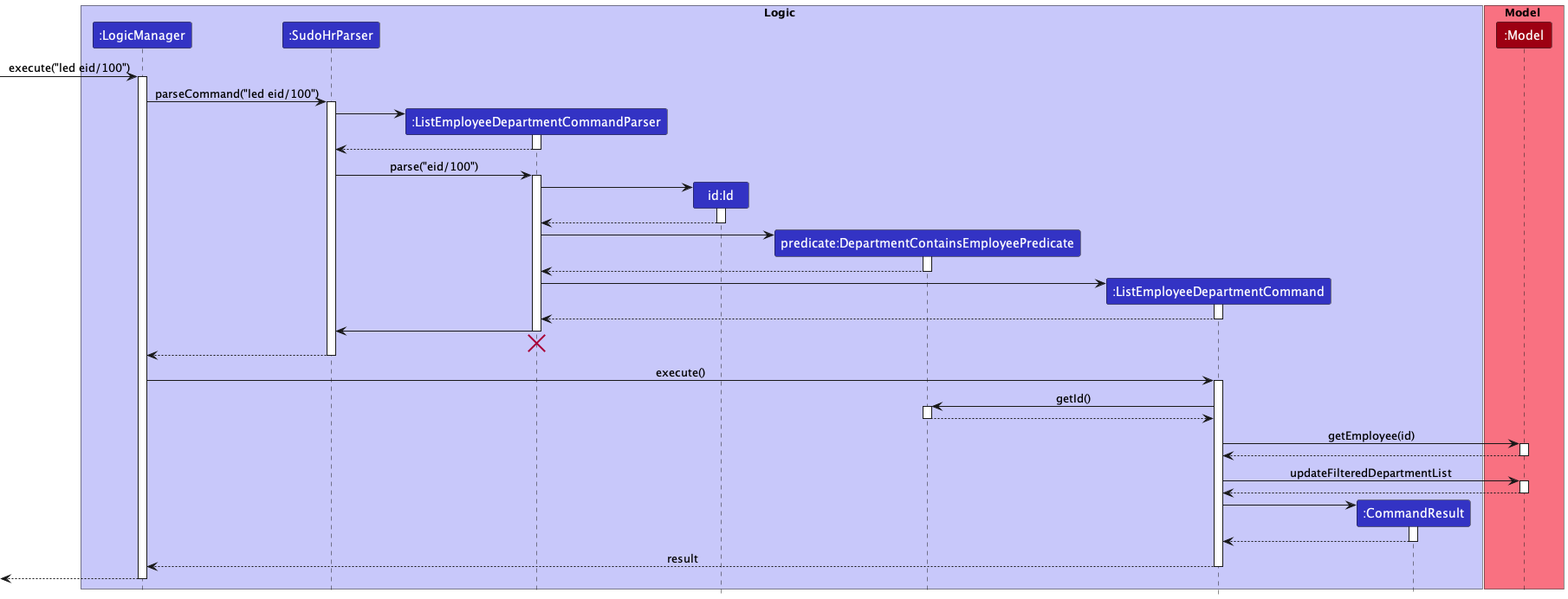
Above: docs/images/commands/department/ListEmployeeDepartmentSequenceDiagram.png in nus-cs2103-AY2223S2/tp (PlantUML), before the change. Source of this version:
```plantuml
@startuml
!include ../../style.puml

box Logic LOGIC_COLOR_T1
participant ":LogicManager" as LogicManager LOGIC_COLOR
participant ":SudoHrParser" as SudoHrParser LOGIC_COLOR
participant ":ListEmployeeDepartmentCommandParser" as ListEmployeeDepartmentCommandParser LOGIC_COLOR
participant "id:Id" as Id LOGIC_COLOR
participant "predicate:DepartmentContainsEmployeePredicate" as DepartmentContainsEmployeePredicate LOGIC_COLOR
participant ":ListEmployeeDepartmentCommand" as ListEmployeeDepartmentCommand LOGIC_COLOR
participant ":CommandResult" as CommandResult LOGIC_COLOR
end box

box Model MODEL_COLOR_T1
participant ":Model" as Model MODEL_COLOR
end box

[-> LogicManager : execute("led eid/100")
activate LogicManager

LogicManager -> SudoHrParser : parseCommand("led eid/100")
activate SudoHrParser

create ListEmployeeDepartmentCommandParser
SudoHrParser -> ListEmployeeDepartmentCommandParser
activate ListEmployeeDepartmentCommandParser

ListEmployeeDepartmentCommandParser --> SudoHrParser
deactivate ListEmployeeDepartmentCommandParser

SudoHrParser -> ListEmployeeDepartmentCommandParser: parse("eid/100")
activate ListEmployeeDepartmentCommandParser

create Id
ListEmployeeDepartmentCommandParser -> Id
activate Id

Id --> ListEmployeeDepartmentCommandParser
deactivate Id

create DepartmentContainsEmployeePredicate
ListEmployeeDepartmentCommandParser -> DepartmentContainsEmployeePredicate
activate DepartmentContainsEmployeePredicate

DepartmentContainsEmployeePredicate --> ListEmployeeDepartmentCommandParser
deactivate DepartmentContainsEmployeePredicate

create ListEmployeeDepartmentCommand
ListEmployeeDepartmentCommandParser -> ListEmployeeDepartmentCommand
activate ListEmployeeDepartmentCommand

ListEmployeeDepartmentCommand --> ListEmployeeDepartmentCommandParser
deactivate ListEmployeeDepartmentCommand

ListEmployeeDepartmentCommandParser -> SudoHrParser
deactivate ListEmployeeDepartmentCommandParser

ListEmployeeDepartmentCommandParser -[hidden]-> SudoHrParser
destroy ListEmployeeDepartmentCommandParser

SudoHrParser --> LogicManager
deactivate SudoHrParser

LogicManager -> ListEmployeeDepartmentCommand : execute()
activate ListEmployeeDepartmentCommand

ListEmployeeDepartmentCommand -> DepartmentContainsEmployeePredicate : getId()
activate DepartmentContainsEmployeePredicate

DepartmentContainsEmployeePredicate --> ListEmployeeDepartmentCommand
deactivate DepartmentContainsEmployeePredicate

ListEmployeeDepartmentCommand -> Model : getEmployee(id)
activate Model

Model --> ListEmployeeDepartmentCommand
deactivate Model

ListEmployeeDepartmentCommand -> Model : updateFilteredDepartmentList
activate Model

Model --> ListEmployeeDepartmentCommand
deactivate Model

create CommandResult
ListEmployeeDepartmentCommand -> CommandResult
activate CommandResult

CommandResult --> ListEmployeeDepartmentCommand
deactivate CommandResult

ListEmployeeDepartmentCommand --> LogicManager : result
deactivate ListEmployeeDepartmentCommand

[<--LogicManager
deactivate LogicManager
@enduml
```
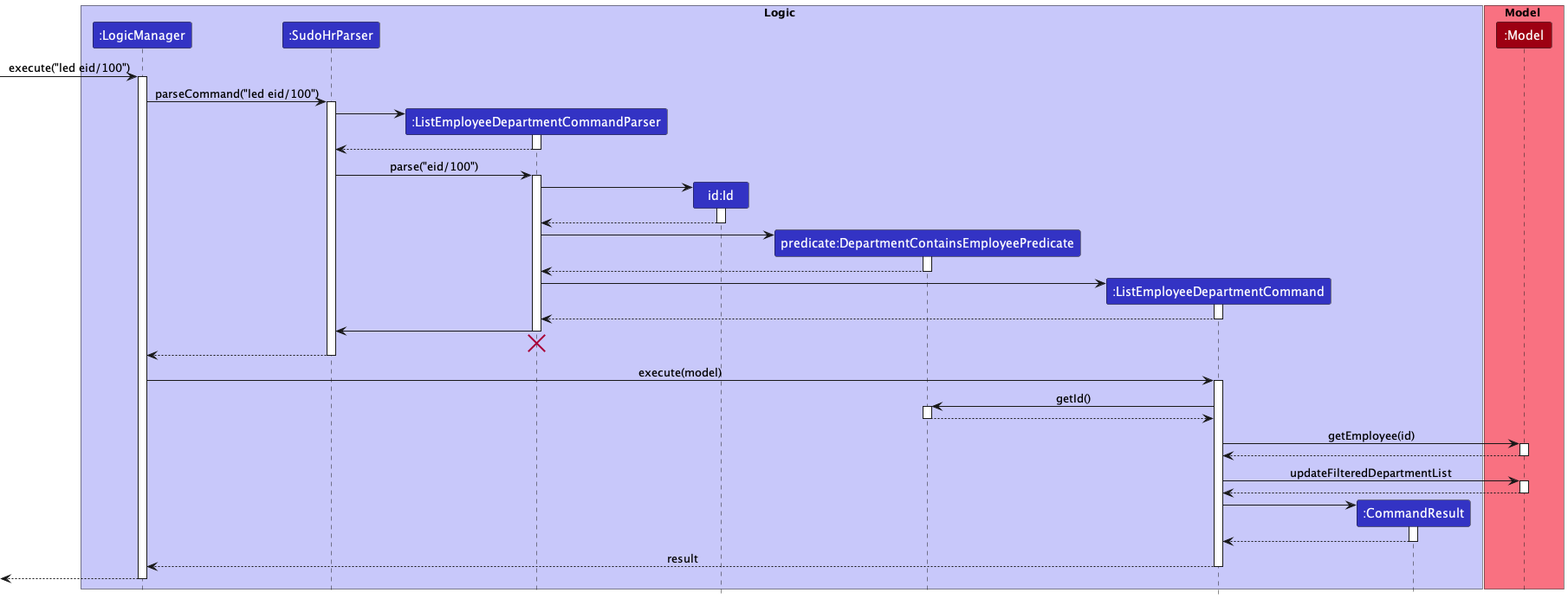
Later version of the same file.

Diff of the diagram source:
```diff
@@ -61,7 +61,7 @@
 SudoHrParser --> LogicManager
 deactivate SudoHrParser
 
-LogicManager -> ListEmployeeDepartmentCommand : execute()
+LogicManager -> ListEmployeeDepartmentCommand : execute(model)
 activate ListEmployeeDepartmentCommand
 
 ListEmployeeDepartmentCommand -> DepartmentContainsEmployeePredicate : getId()
```
